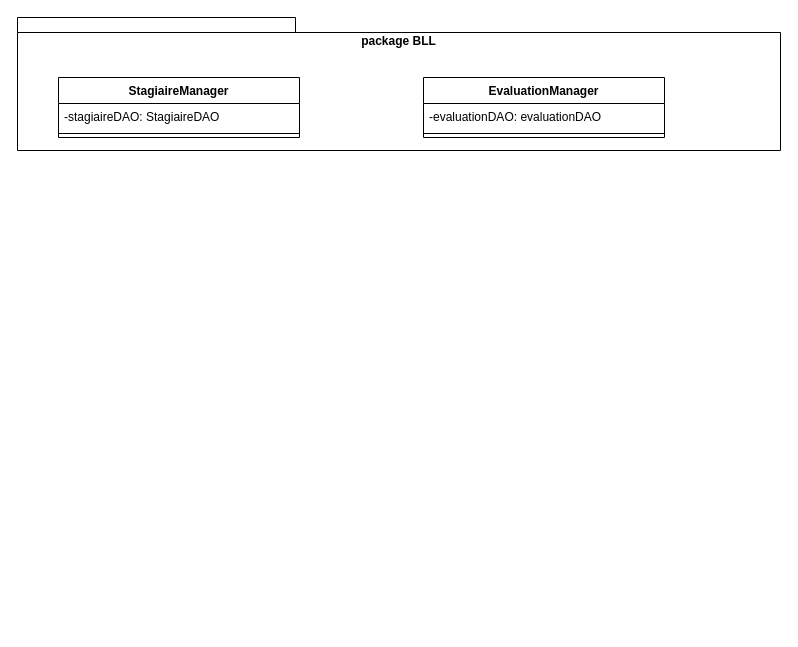
This is Diagramme sans nom.drawio from JeromeLuss/DiagrammesEnVrac, a draw.io file, before an edit. Source tidied: cells renumbered, new cells numbered last; positions are measured from the earlier drawing's top-left corner, leaving out a move shared by most shapes. Both pictures are drawn from the tidied source at 100%, with x=0, y=0 at pixel (17, 17).
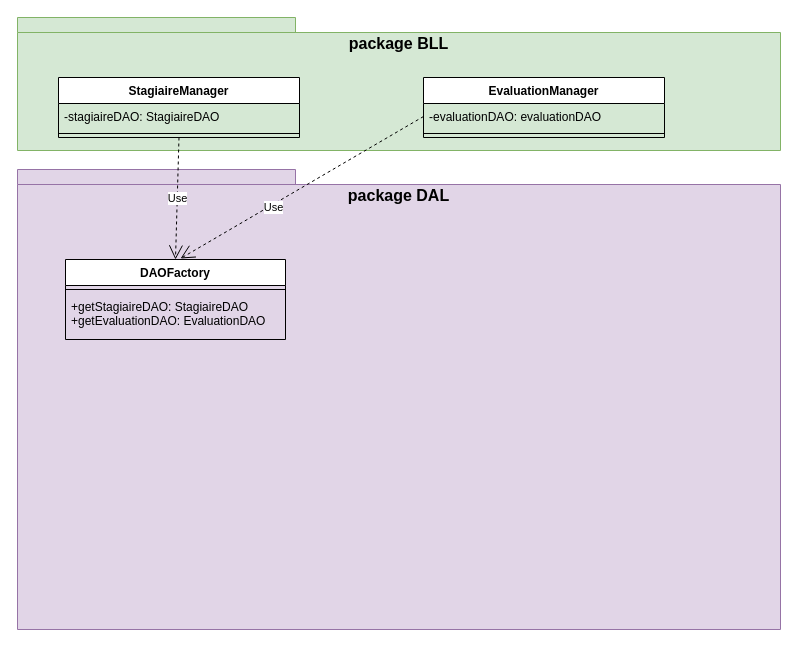
Above is the later version.

Commit message (it also covers changes not shown here):
Mettre à jour Diagramme sans nom.drawio

The edit, as a diff of the source:
```diff
@@
 <mxGraphModel>
   <root>
     <mxCell id="0" />
     <mxCell id="1" parent="0" />
-    <mxCell id="2" value="package BLL" style="shape=folder;fontStyle=1;spacingTop=10;tabWidth=278;tabHeight=15;tabPosition=left;html=1;whiteSpace=wrap;verticalAlign=top;" parent="1" vertex="1">
+    <mxCell id="2" value="package BLL" style="shape=folder;fontStyle=1;spacingTop=10;tabWidth=278;tabHeight=15;tabPosition=left;html=1;whiteSpace=wrap;verticalAlign=top;fontSize=16;fillColor=#d5e8d4;strokeColor=#82b366;" parent="1" vertex="1">
       <mxGeometry width="763" height="133" as="geometry" />
     </mxCell>
     <mxCell id="3" value="StagiaireManager" style="swimlane;fontStyle=1;align=center;verticalAlign=top;horizontal=1;startSize=26;whiteSpace=wrap;html=1;" parent="1" vertex="1">
       <mxGeometry x="41" y="60" width="241" height="60" as="geometry" />
     </mxCell>
     <mxCell id="4" value="-stagiaireDAO: StagiaireDAO" style="text;strokeColor=none;fillColor=none;align=left;verticalAlign=top;spacingLeft=4;spacingRight=4;overflow=hidden;whiteSpace=wrap;html=1;" parent="3" vertex="1">
       <mxGeometry y="26" width="241" height="26" as="geometry" />
     </mxCell>
     <mxCell id="5" style="line;strokeWidth=1;fillColor=none;align=left;verticalAlign=middle;spacingTop=-1;spacingLeft=3;spacingRight=3;labelPosition=right;strokeColor=inherit;" parent="3" vertex="1">
       <mxGeometry y="52" width="241" height="8" as="geometry" />
     </mxCell>
     <mxCell id="6" value="EvaluationManager" style="swimlane;fontStyle=1;align=center;verticalAlign=top;horizontal=1;startSize=26;whiteSpace=wrap;html=1;" parent="1" vertex="1">
       <mxGeometry x="406" y="60" width="241" height="60" as="geometry" />
     </mxCell>
     <mxCell id="7" value="-evaluationDAO: evaluationDAO" style="text;strokeColor=none;fillColor=none;align=left;verticalAlign=top;spacingLeft=4;spacingRight=4;overflow=hidden;points=[[0,0.5],[1,0.5]];portConstraint=eastwest;whiteSpace=wrap;html=1;" parent="6" vertex="1">
       <mxGeometry y="26" width="241" height="26" as="geometry" />
     </mxCell>
     <mxCell id="8" style="line;strokeWidth=1;fillColor=none;align=left;verticalAlign=middle;spacingTop=-1;spacingLeft=3;spacingRight=3;labelPosition=right;strokeColor=inherit;" parent="6" vertex="1">
       <mxGeometry y="52" width="241" height="8" as="geometry" />
     </mxCell>
+    <mxCell id="9" value="package DAL" style="shape=folder;fontStyle=1;spacingTop=10;tabWidth=278;tabHeight=15;tabPosition=left;html=1;whiteSpace=wrap;verticalAlign=top;fontSize=16;fillColor=#e1d5e7;strokeColor=#9673a6;" parent="1" vertex="1">
+      <mxGeometry y="152" width="763" height="460" as="geometry" />
+    </mxCell>
+    <mxCell id="10" value="DAOFactory" style="swimlane;fontStyle=1;align=center;verticalAlign=top;horizontal=1;startSize=26;whiteSpace=wrap;html=1;" parent="1" vertex="1">
+      <mxGeometry x="48" y="242" width="220" height="80" as="geometry" />
+    </mxCell>
+    <mxCell id="11" style="line;strokeWidth=1;fillColor=none;align=left;verticalAlign=middle;spacingTop=-1;spacingLeft=3;spacingRight=3;labelPosition=right;strokeColor=inherit;" parent="10" vertex="1">
+      <mxGeometry y="26" width="220" height="8" as="geometry" />
+    </mxCell>
+    <mxCell id="12" value="&lt;div&gt;+getStagiaireDAO: StagiaireDAO&lt;/div&gt;&lt;div&gt;+getEvaluationDAO: EvaluationDAO&lt;br&gt;&lt;/div&gt;" style="text;strokeColor=none;fillColor=none;align=left;verticalAlign=top;spacingLeft=4;spacingRight=4;overflow=hidden;whiteSpace=wrap;html=1;" parent="10" vertex="1">
+      <mxGeometry y="34" width="220" height="46" as="geometry" />
+    </mxCell>
+    <mxCell id="13" value="Use" style="endArrow=open;endSize=12;dashed=1;html=1;rounded=0;exitX=0.5;exitY=1;exitDx=0;exitDy=0;entryX=0.5;entryY=0;entryDx=0;entryDy=0;" parent="1" edge="1" source="3" target="10">
+      <mxGeometry relative="1" as="geometry" />
+    </mxCell>
+    <mxCell id="14" value="Use" style="endArrow=open;endSize=12;dashed=1;html=1;rounded=0;exitX=0;exitY=0.5;exitDx=0;exitDy=0;" parent="1" edge="1" source="7">
+      <mxGeometry x="0.25" y="3" relative="1" as="geometry">
+        <mxPoint x="163" y="241" as="targetPoint" />
+      </mxGeometry>
+    </mxCell>
   </root>
 </mxGraphModel>
```
